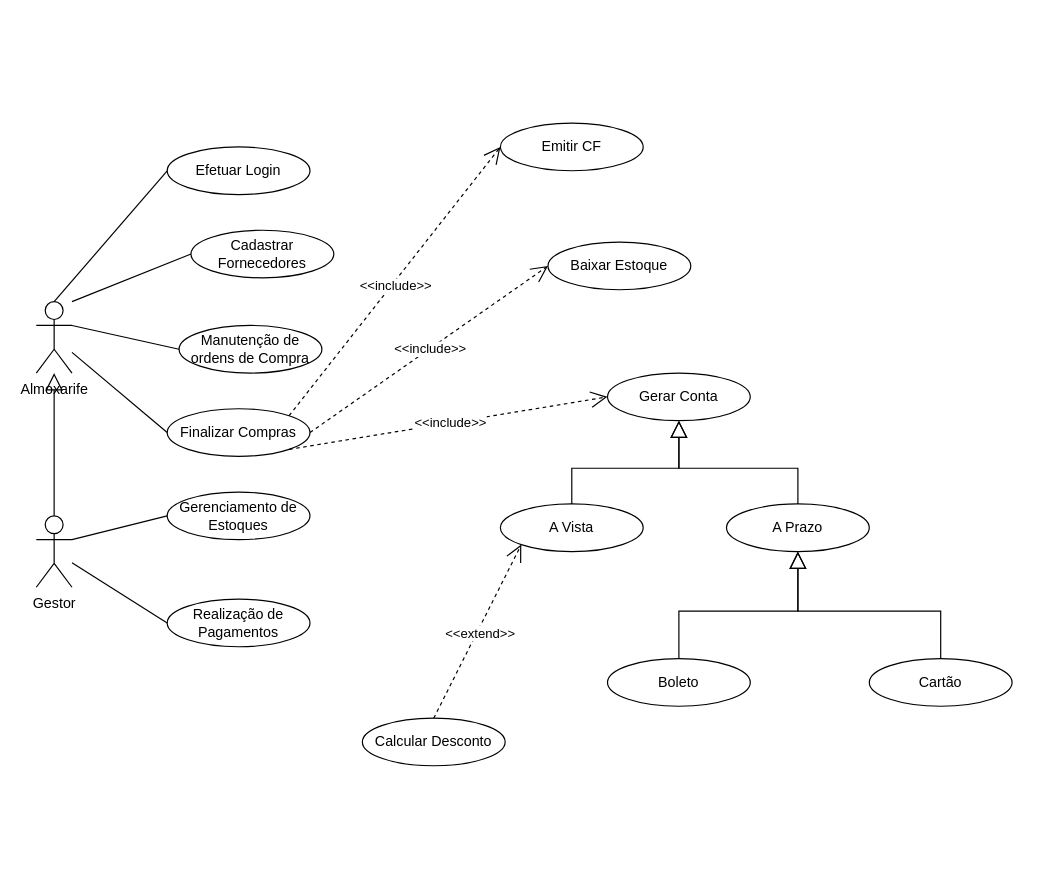
Before: atvENG.drawio in Wesley-dSA/ENGSOFT, a draw.io diagram. Source tidied: cells renumbered, new cells numbered last; positions are measured from the earlier drawing's top-left corner, leaving out a move shared by most shapes. Both pictures are drawn from the tidied source at 119%, with x=0, y=0 at pixel (36, 123).
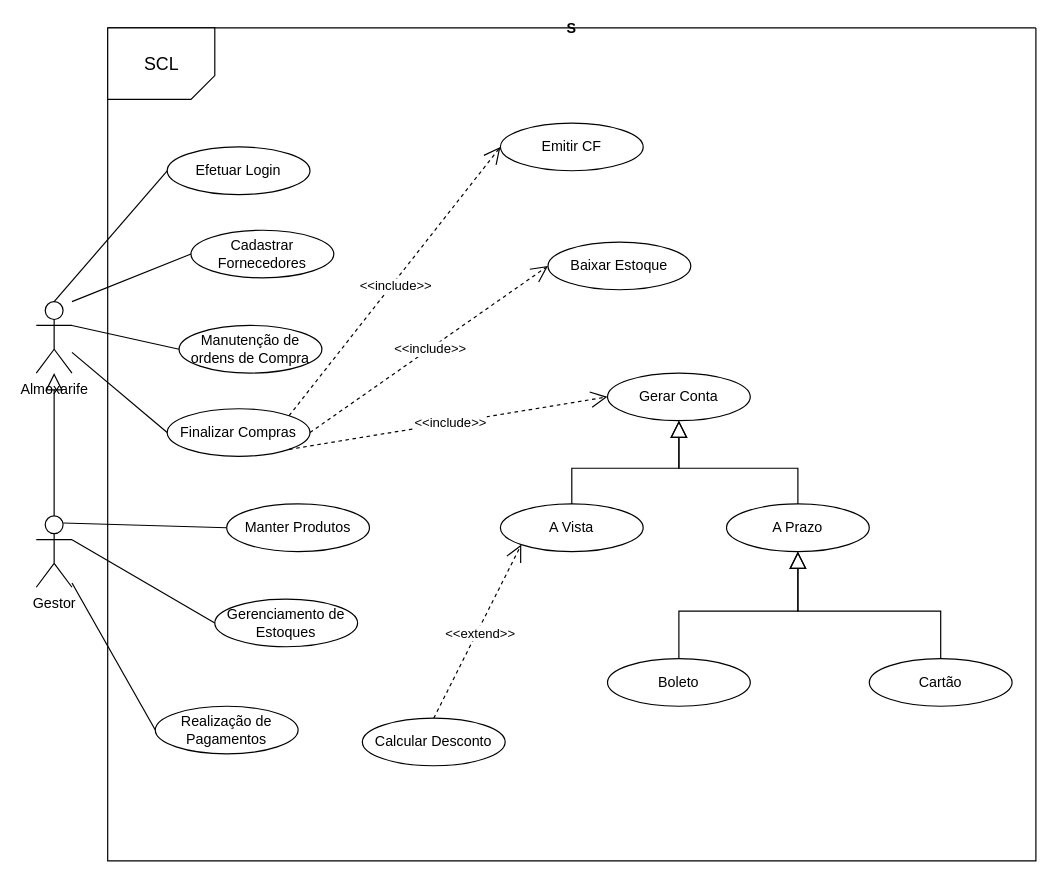
After the change.

Unchanged cells that the change refers to:
```xml
<mxCell id="4" value="Gestor&lt;div&gt;&lt;br&gt;&lt;/div&gt;" style="shape=umlActor;verticalLabelPosition=bottom;verticalAlign=top;html=1;outlineConnect=0;" parent="1" vertex="1">
  <mxGeometry y="330" width="30" height="60" as="geometry" />
</mxCell>
```

Diff of the diagram source:
```diff
@@
-    <mxCell id="12" value="Gerenciamento de Estoques" style="ellipse;whiteSpace=wrap;html=1;" parent="1" vertex="1">
-      <mxGeometry x="110" y="310" width="120" height="40" as="geometry" />
-    </mxCell>
@@
-    <mxCell id="14" value="Realização de Pagamentos" style="ellipse;whiteSpace=wrap;html=1;" parent="1" vertex="1">
-      <mxGeometry x="110" y="400" width="120" height="40" as="geometry" />
-    </mxCell>
@@
+    <mxCell id="38" value="S" style="swimlane;startSize=0;" parent="1" vertex="1">
+      <mxGeometry x="60" y="-80" width="780" height="700" as="geometry" />
+    </mxCell>
+    <mxCell id="39" style="verticalLabelPosition=bottom;verticalAlign=top;html=1;shape=card;whiteSpace=wrap;size=20;arcSize=12;rotation=-180;" parent="38" vertex="1">
+      <mxGeometry width="90" height="60" as="geometry" />
+    </mxCell>
+    <mxCell id="40" value="&lt;font style=&quot;font-size: 15px;&quot;&gt;SCL&lt;/font&gt;" style="text;html=1;align=center;verticalAlign=middle;strokeColor=none;fillColor=none;" parent="38" vertex="1">
+      <mxGeometry x="20" y="15" width="50" height="30" as="geometry" />
+    </mxCell>
+    <mxCell id="14" value="Realização de Pagamentos" style="ellipse;whiteSpace=wrap;html=1;" parent="38" vertex="1">
+      <mxGeometry x="40" y="570" width="120" height="40" as="geometry" />
+    </mxCell>
+    <mxCell id="12" value="Gerenciamento de Estoques" style="ellipse;whiteSpace=wrap;html=1;" parent="38" vertex="1">
+      <mxGeometry x="90" y="480" width="120" height="40" as="geometry" />
+    </mxCell>
+    <mxCell id="41" value="Manter Produtos" style="ellipse;whiteSpace=wrap;html=1;" parent="38" vertex="1">
+      <mxGeometry x="100" y="400" width="120" height="40" as="geometry" />
+    </mxCell>
+    <mxCell id="42" style="endArrow=none;html=1;rounded=0;exitX=0.75;exitY=0.1;exitDx=0;exitDy=0;exitPerimeter=0;entryX=0;entryY=0.5;entryDx=0;entryDy=0;" parent="1" edge="1" source="4" target="41">
+      <mxGeometry relative="1" as="geometry" />
+    </mxCell>
```
